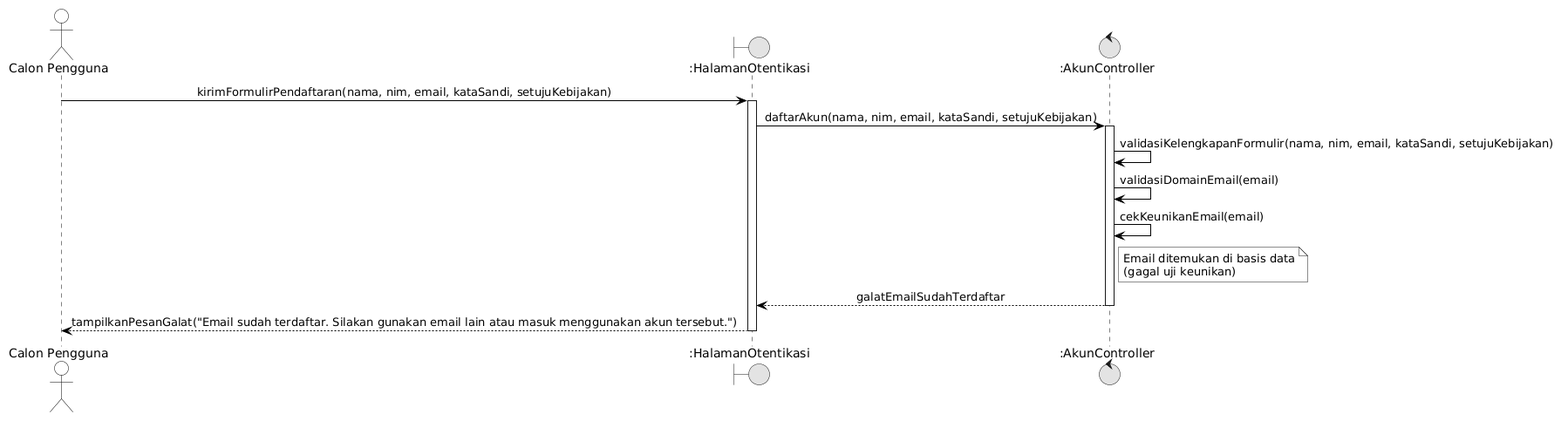
ghaniyul/IF2150-RPL-K01-G02 keeps this PlantUML diagram as docs/M7/assets/diagram/Sequence_UC01_Alt2.png. Above is the earlier version. Source of this version:
```plantuml
@startuml
skinparam monochrome true
skinparam shadowing false
skinparam defaultFontName Arial
skinparam sequenceMessageAlign center
skinparam backgroundColor #FFFFFF

skinparam participant {
    BackgroundColor #FFFFFF
    BorderColor #000000
}
skinparam actor {
    BackgroundColor #FFFFFF
    BorderColor #000000
}
skinparam sequence {
    LifeLineBackgroundColor #FFFFFF
    LifeLineBorderColor #000000
    ArrowColor #000000
    ActorBorderColor #000000
    ActorBackgroundColor #FFFFFF
    GroupBorderColor #000000
    GroupBackgroundColor #FFFFFF
}

actor "Calon Pengguna" as User
boundary ":HalamanOtentikasi" as UI
control ":AkunController" as Ctrl

User -> UI: kirimFormulirPendaftaran(nama, nim, email, kataSandi, setujuKebijakan)
activate UI
UI -> Ctrl: daftarAkun(nama, nim, email, kataSandi, setujuKebijakan)
activate Ctrl
Ctrl -> Ctrl: validasiKelengkapanFormulir(nama, nim, email, kataSandi, setujuKebijakan)
Ctrl -> Ctrl: validasiDomainEmail(email)
Ctrl -> Ctrl: cekKeunikanEmail(email)
note right of Ctrl: Email ditemukan di basis data\n(gagal uji keunikan)
Ctrl --> UI: galatEmailSudahTerdaftar
deactivate Ctrl
UI --> User: tampilkanPesanGalat("Email sudah terdaftar. Silakan gunakan email lain atau masuk menggunakan akun tersebut.")
deactivate UI
@enduml
```
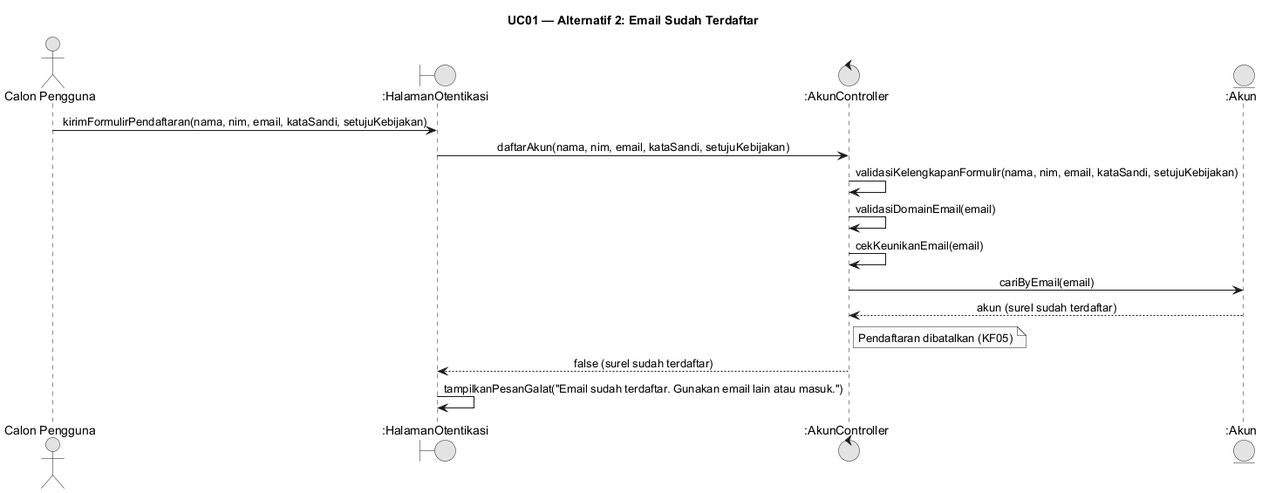
Above is the later version.

Diff of the diagram source:
```diff
@@ -4,39 +4,20 @@
 skinparam defaultFontName Arial
 skinparam sequenceMessageAlign center
 skinparam backgroundColor #FFFFFF
-
-skinparam participant {
-    BackgroundColor #FFFFFF
-    BorderColor #000000
-}
-skinparam actor {
-    BackgroundColor #FFFFFF
-    BorderColor #000000
-}
-skinparam sequence {
-    LifeLineBackgroundColor #FFFFFF
-    LifeLineBorderColor #000000
-    ArrowColor #000000
-    ActorBorderColor #000000
-    ActorBackgroundColor #FFFFFF
-    GroupBorderColor #000000
-    GroupBackgroundColor #FFFFFF
-}
-
+skinparam responseMessageBelowArrow true
+title UC01 — Alternatif 2: Email Sudah Terdaftar
 actor "Calon Pengguna" as User
-boundary ":HalamanOtentikasi" as UI
-control ":AkunController" as Ctrl
-
-User -> UI: kirimFormulirPendaftaran(nama, nim, email, kataSandi, setujuKebijakan)
-activate UI
-UI -> Ctrl: daftarAkun(nama, nim, email, kataSandi, setujuKebijakan)
-activate Ctrl
-Ctrl -> Ctrl: validasiKelengkapanFormulir(nama, nim, email, kataSandi, setujuKebijakan)
-Ctrl -> Ctrl: validasiDomainEmail(email)
-Ctrl -> Ctrl: cekKeunikanEmail(email)
-note right of Ctrl: Email ditemukan di basis data\n(gagal uji keunikan)
-Ctrl --> UI: galatEmailSudahTerdaftar
-deactivate Ctrl
-UI --> User: tampilkanPesanGalat("Email sudah terdaftar. Silakan gunakan email lain atau masuk menggunakan akun tersebut.")
-deactivate UI
+boundary ":HalamanOtentikasi" as UIo
+control ":AkunController" as AC
+entity ":Akun" as Akun
+User -> UIo: kirimFormulirPendaftaran(nama, nim, email, kataSandi, setujuKebijakan)
+UIo -> AC: daftarAkun(nama, nim, email, kataSandi, setujuKebijakan)
+AC -> AC: validasiKelengkapanFormulir(nama, nim, email, kataSandi, setujuKebijakan)
+AC -> AC: validasiDomainEmail(email)
+AC -> AC: cekKeunikanEmail(email)
+AC -> Akun: cariByEmail(email)
+Akun --> AC: akun (surel sudah terdaftar)
+note right of AC: Pendaftaran dibatalkan (KF05)
+AC --> UIo: false (surel sudah terdaftar)
+UIo -> UIo: tampilkanPesanGalat("Email sudah terdaftar. Gunakan email lain atau masuk.")
 @enduml
```
